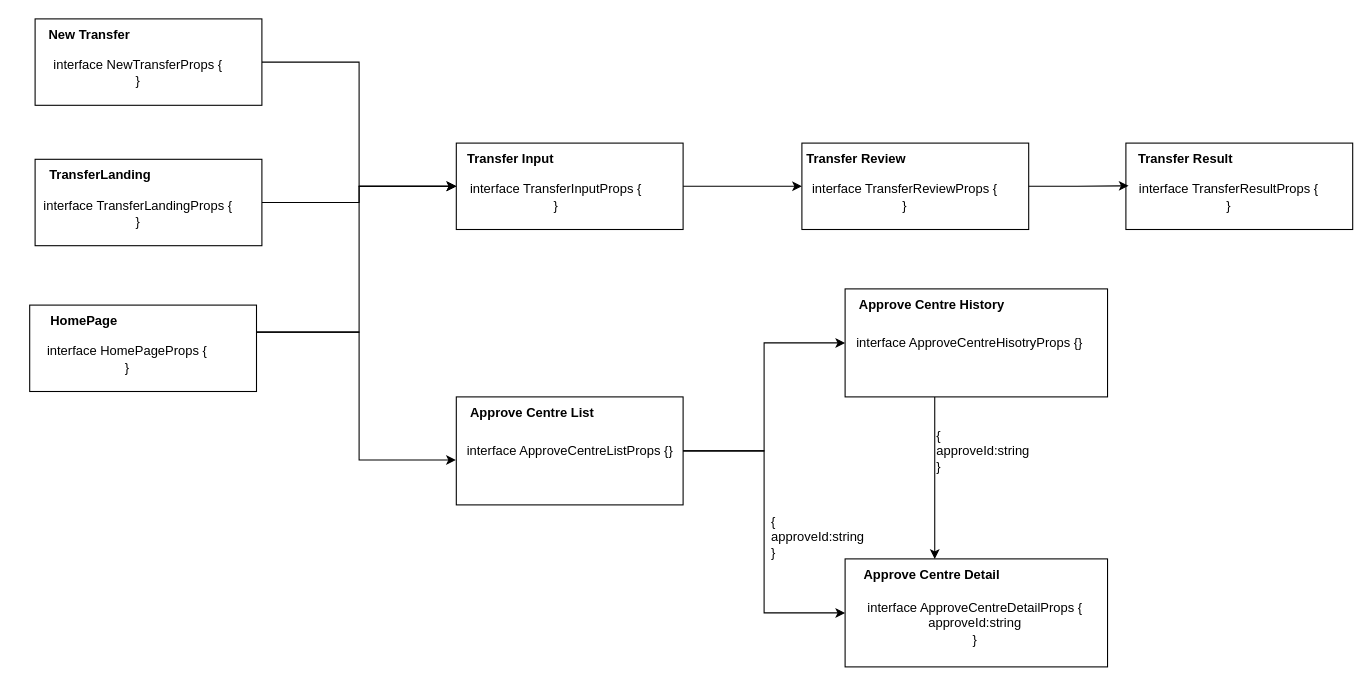
Earlier version of the draw.io diagram page "第 3 页" (3 of 5) of approveCentre.drawio (RexYao97/sfrex). Source tidied: cells renumbered, new cells numbered last; positions are measured from the earlier drawing's top-left corner, leaving out a move shared by most shapes. Both pictures are drawn from the tidied source at 108%, with x=0, y=0 at pixel (29, 18).
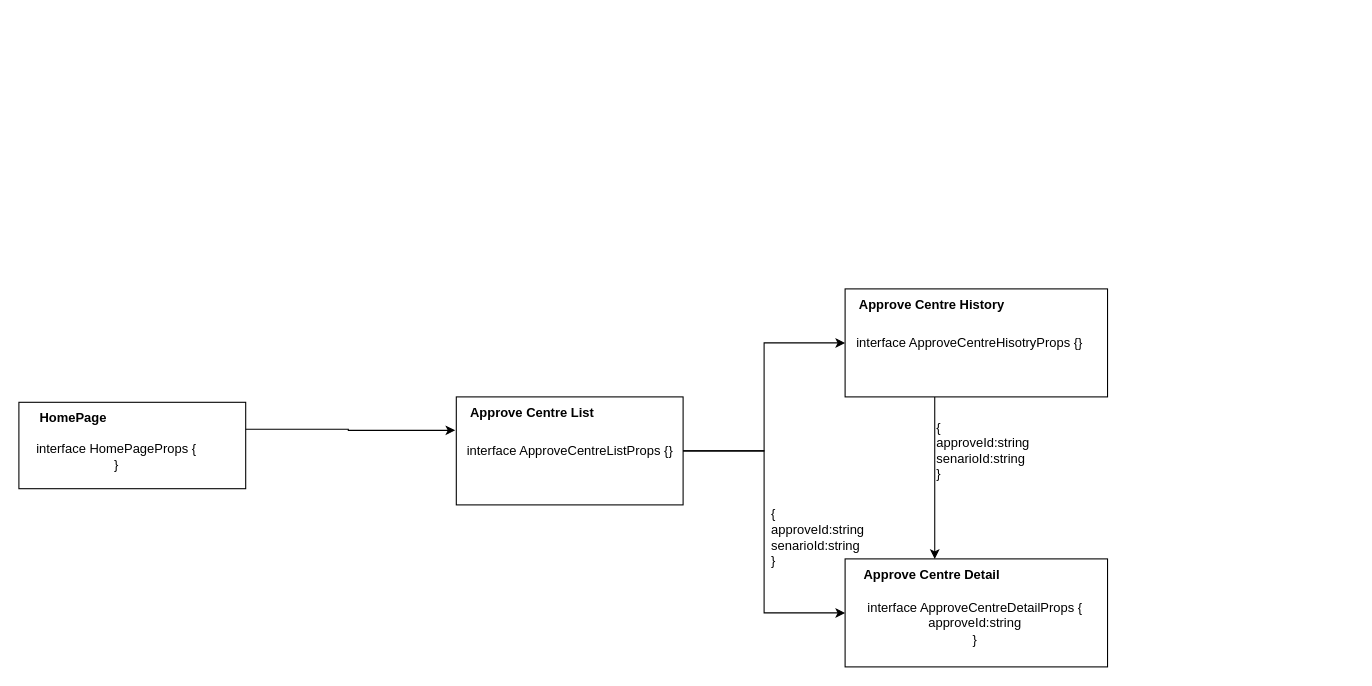
The same diagram, later.

The change refers to these unchanged cells:
```xml
<mxCell id="3" value="&lt;b&gt;Approve Centre List&lt;/b&gt;" style="text;html=1;align=center;verticalAlign=middle;points=[];strokeColor=none;fillColor=none;" parent="1" vertex="1">
  <mxGeometry x="395" y="350" width="140" height="30" as="geometry" />
</mxCell>
<mxCell id="5" value="interface ApproveCentreListProps {}" style="text;html=1;align=center;verticalAlign=middle;points=[];strokeColor=none;fillColor=none;" parent="1" vertex="1">
  <mxGeometry x="395" y="385" width="210" height="30" as="geometry" />
</mxCell>
```

The edit, as a diff of the source:
```diff
@@
-    <mxCell id="14" value="{&lt;br&gt;&lt;div style=&quot;&quot;&gt;&lt;span style=&quot;background-color: initial;&quot;&gt;approveId:string&lt;/span&gt;&lt;/div&gt;}" style="text;html=1;align=left;verticalAlign=middle;strokeColor=none;fillColor=none;" parent="1" vertex="1">
-      <mxGeometry x="685" y="450" width="110" height="60" as="geometry" />
+    <mxCell id="14" value="{&lt;br&gt;&lt;div style=&quot;&quot;&gt;&lt;span style=&quot;background-color: initial;&quot;&gt;approveId:string&lt;/span&gt;&lt;/div&gt;&lt;div style=&quot;&quot;&gt;&lt;span style=&quot;background-color: initial;&quot;&gt;senarioId:string&lt;/span&gt;&lt;/div&gt;}" style="text;html=1;align=left;verticalAlign=middle;strokeColor=none;fillColor=none;" parent="1" vertex="1">
+      <mxGeometry x="685" y="445" width="110" height="70" as="geometry" />
     </mxCell>
-    <mxCell id="15" value="{&lt;br&gt;&lt;div style=&quot;&quot;&gt;&lt;span style=&quot;background-color: initial;&quot;&gt;approveId:string&lt;/span&gt;&lt;/div&gt;}" style="text;html=1;align=left;verticalAlign=middle;strokeColor=none;fillColor=none;" parent="1" vertex="1">
-      <mxGeometry x="838" y="370" width="110" height="60" as="geometry" />
+    <mxCell id="15" value="{&lt;br&gt;&lt;div style=&quot;&quot;&gt;&lt;span style=&quot;background-color: initial;&quot;&gt;approveId:string&lt;/span&gt;&lt;/div&gt;&lt;div style=&quot;&quot;&gt;senarioId:string&lt;span style=&quot;background-color: initial;&quot;&gt;&lt;br&gt;&lt;/span&gt;&lt;/div&gt;}" style="text;html=1;align=left;verticalAlign=middle;strokeColor=none;fillColor=none;" parent="1" vertex="1">
+      <mxGeometry x="838" y="365" width="110" height="70" as="geometry" />
     </mxCell>
-    <mxCell id="16" style="edgeStyle=orthogonalEdgeStyle;rounded=0;jettySize=auto;html=1;" parent="1" edge="1" source="17" target="19">
-      <mxGeometry relative="1" as="geometry">
-        <Array as="points">
-          <mxPoint x="305" y="40" />
-          <mxPoint x="305" y="155" />
-        </Array>
-      </mxGeometry>
-    </mxCell>
-    <mxCell id="17" style="rounded=0;whiteSpace=wrap;html=1;" parent="1" vertex="1">
-      <mxGeometry x="5" width="210" height="80" as="geometry" />
-    </mxCell>
-    <mxCell id="18" style="edgeStyle=orthogonalEdgeStyle;rounded=0;jettySize=auto;html=1;" parent="1" edge="1" source="19" target="34">
-      <mxGeometry relative="1" as="geometry">
-        <Array as="points">
-          <mxPoint x="695" y="155" />
-          <mxPoint x="695" y="155" />
-        </Array>
-      </mxGeometry>
-    </mxCell>
-    <mxCell id="19" style="rounded=0;whiteSpace=wrap;html=1;" parent="1" vertex="1">
-      <mxGeometry x="395" y="115" width="210" height="80" as="geometry" />
-    </mxCell>
-    <mxCell id="20" value="&lt;b&gt;Transfer Input&lt;/b&gt;" style="text;html=1;align=center;verticalAlign=middle;strokeColor=none;fillColor=none;" parent="1" vertex="1">
-      <mxGeometry x="395" y="115" width="100" height="30" as="geometry" />
-    </mxCell>
-    <mxCell id="21" value="&lt;b&gt;New Transfer&lt;/b&gt;" style="text;html=1;align=center;verticalAlign=middle;strokeColor=none;fillColor=none;" parent="1" vertex="1">
-      <mxGeometry x="5" width="100" height="30" as="geometry" />
-    </mxCell>
-    <mxCell id="22" style="edgeStyle=orthogonalEdgeStyle;rounded=0;jettySize=auto;html=1;entryX=0;entryY=0.5;entryDx=0;entryDy=0;" parent="1" edge="1" source="23" target="19">
-      <mxGeometry relative="1" as="geometry">
-        <Array as="points">
-          <mxPoint x="305" y="290" />
-          <mxPoint x="305" y="155" />
-        </Array>
-      </mxGeometry>
-    </mxCell>
     <mxCell id="23" style="rounded=0;whiteSpace=wrap;html=1;" parent="1" vertex="1">
-      <mxGeometry y="265" width="210" height="80" as="geometry" />
+      <mxGeometry x="-10" y="355" width="210" height="80" as="geometry" />
     </mxCell>
     <mxCell id="24" value="&lt;b&gt;HomePage&lt;/b&gt;" style="text;html=1;align=center;verticalAlign=middle;strokeColor=none;fillColor=none;" parent="1" vertex="1">
-      <mxGeometry x="5" y="265" width="90" height="30" as="geometry" />
+      <mxGeometry x="-5" y="355" width="90" height="30" as="geometry" />
     </mxCell>
-    <mxCell id="25" style="edgeStyle=orthogonalEdgeStyle;rounded=0;jettySize=auto;html=1;entryX=0;entryY=0.5;entryDx=0;entryDy=0;" parent="1" edge="1" source="26" target="19">
-      <mxGeometry relative="1" as="geometry" />
-    </mxCell>
-    <mxCell id="26" style="rounded=0;whiteSpace=wrap;html=1;" parent="1" vertex="1">
-      <mxGeometry x="5" y="130" width="210" height="80" as="geometry" />
-    </mxCell>
-    <mxCell id="27" value="&lt;b&gt;TransferLanding&lt;/b&gt;" style="text;html=1;align=center;verticalAlign=middle;strokeColor=none;fillColor=none;" parent="1" vertex="1">
-      <mxGeometry x="5" y="130" width="120" height="30" as="geometry" />
-    </mxCell>
     <mxCell id="28" value="interface HomePageProps {&lt;br&gt;}" style="text;html=1;align=center;verticalAlign=middle;strokeColor=none;fillColor=none;" parent="1" vertex="1">
-      <mxGeometry x="5" y="295" width="170" height="40" as="geometry" />
+      <mxGeometry x="-5" y="385" width="170" height="40" as="geometry" />
     </mxCell>
-    <mxCell id="29" value="interface NewTransferProps {&lt;br&gt;}" style="text;html=1;align=center;verticalAlign=middle;strokeColor=none;fillColor=none;" parent="1" vertex="1">
-      <mxGeometry x="10" y="30" width="180" height="40" as="geometry" />
-    </mxCell>
-    <mxCell id="30" value="interface TransferLandingProps {&lt;br&gt;}" style="text;html=1;align=center;verticalAlign=middle;strokeColor=none;fillColor=none;" parent="1" vertex="1">
-      <mxGeometry y="160" width="200" height="40" as="geometry" />
-    </mxCell>
-    <mxCell id="31" value="interface TransferInputProps {&lt;br&gt;}" style="text;html=1;align=center;verticalAlign=middle;strokeColor=none;fillColor=none;" parent="1" vertex="1">
-      <mxGeometry x="397" y="145" width="180" height="40" as="geometry" />
-    </mxCell>
-    <mxCell id="32" style="rounded=0;whiteSpace=wrap;html=1;" parent="1" vertex="1">
-      <mxGeometry x="715" y="115" width="210" height="80" as="geometry" />
-    </mxCell>
-    <mxCell id="33" value="&lt;b&gt;Transfer Review&lt;/b&gt;" style="text;html=1;align=center;verticalAlign=middle;strokeColor=none;fillColor=none;" parent="1" vertex="1">
-      <mxGeometry x="705" y="115" width="120" height="30" as="geometry" />
-    </mxCell>
-    <mxCell id="34" value="interface TransferReviewProps {&lt;br&gt;}" style="text;html=1;align=center;verticalAlign=middle;points=[];strokeColor=none;fillColor=none;" parent="1" vertex="1">
-      <mxGeometry x="715" y="145" width="190" height="40" as="geometry" />
-    </mxCell>
-    <mxCell id="35" style="rounded=0;whiteSpace=wrap;html=1;" parent="1" vertex="1">
-      <mxGeometry x="1015" y="115" width="210" height="80" as="geometry" />
-    </mxCell>
-    <mxCell id="36" value="&lt;b&gt;Transfer Result&lt;/b&gt;" style="text;html=1;align=center;verticalAlign=middle;strokeColor=none;fillColor=none;" parent="1" vertex="1">
-      <mxGeometry x="1015" y="115" width="110" height="30" as="geometry" />
-    </mxCell>
-    <mxCell id="37" value="interface TransferResultProps {&lt;br&gt;}" style="text;html=1;align=center;verticalAlign=middle;points=[];strokeColor=none;fillColor=none;" parent="1" vertex="1">
-      <mxGeometry x="1015" y="145" width="190" height="40" as="geometry" />
-    </mxCell>
-    <mxCell id="38" style="edgeStyle=orthogonalEdgeStyle;rounded=0;jettySize=auto;html=1;entryX=0.013;entryY=0.238;entryDx=0;entryDy=0;entryPerimeter=0;" parent="1" edge="1" source="32" target="37">
-      <mxGeometry relative="1" as="geometry" />
-    </mxCell>
-    <mxCell id="39" style="edgeStyle=orthogonalEdgeStyle;rounded=0;jettySize=auto;html=1;entryX=-0.002;entryY=0.783;entryDx=0;entryDy=0;entryPerimeter=0;" parent="1" edge="1" source="23" target="5">
+    <mxCell id="39" style="edgeStyle=orthogonalEdgeStyle;rounded=0;jettySize=auto;html=1;entryX=-0.007;entryY=1.033;entryDx=0;entryDy=0;entryPerimeter=0;" parent="1" edge="1" source="23" target="3">
       <mxGeometry relative="1" as="geometry">
         <Array as="points">
-          <mxPoint x="305" y="290" />
-          <mxPoint x="305" y="408" />
+          <mxPoint x="295" y="380" />
+          <mxPoint x="295" y="381" />
         </Array>
       </mxGeometry>
     </mxCell>
```
